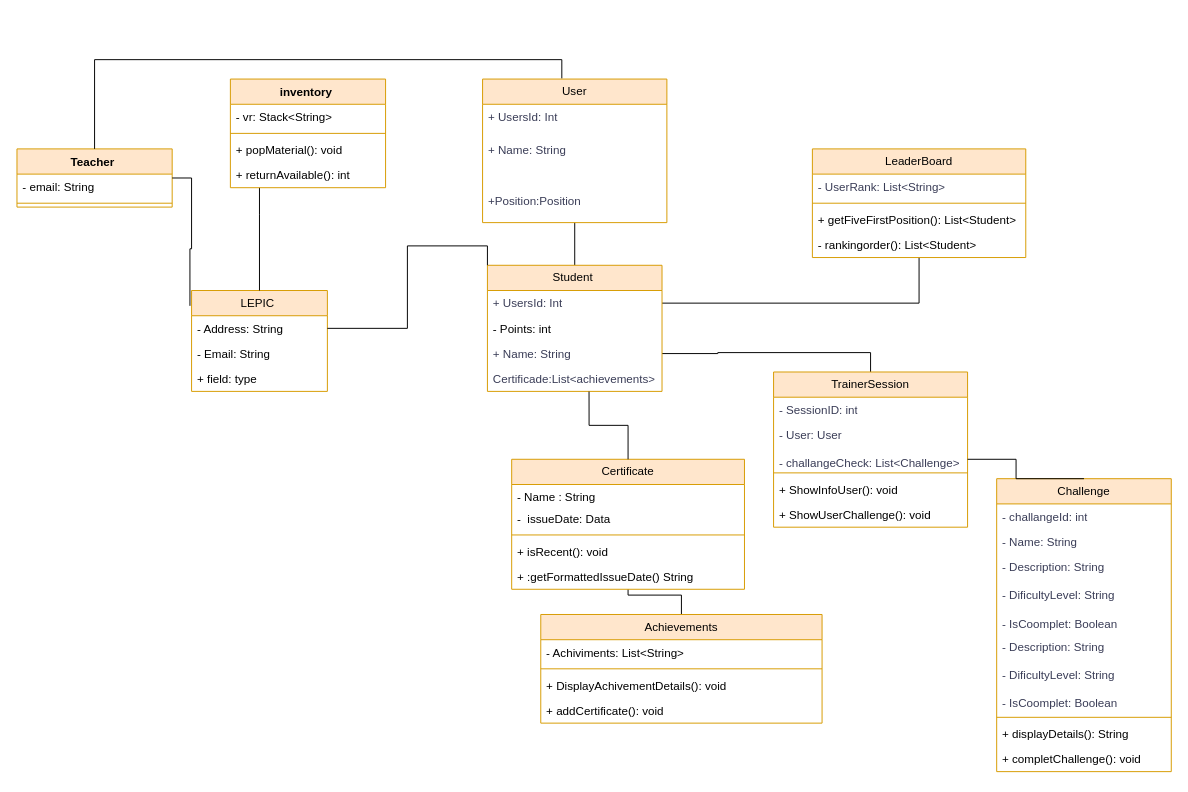
The draw.io diagram src/Model/doc/UML_fiap.drawio in DevCodeMathias/Fiap_challange-2024, before the edit. Source tidied: cells renumbered, new cells numbered last; positions are measured from the earlier drawing's top-left corner, leaving out a move shared by most shapes. Both pictures are drawn from the tidied source at 97%, with x=0, y=0 at pixel (16, 59).
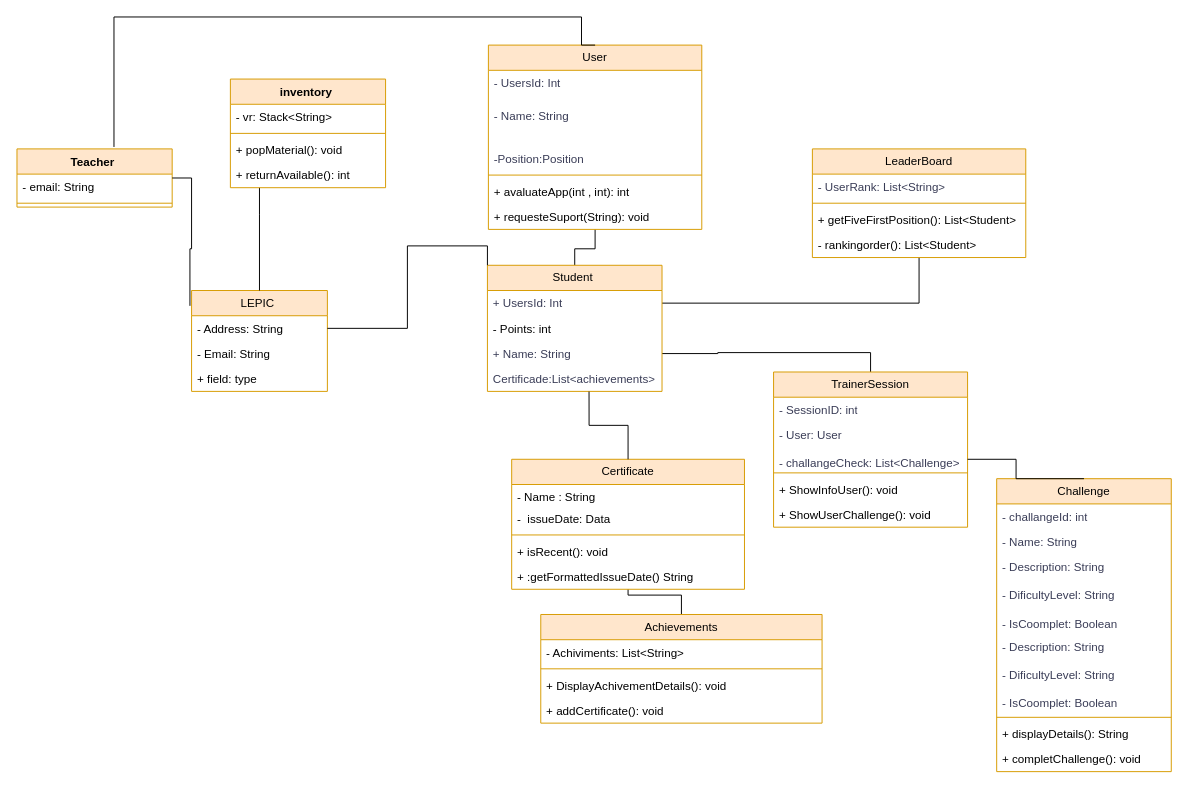
The same page after the edit.

The change refers to these unchanged cells:
```xml
<mxCell id="57" value="Teacher&amp;nbsp;" style="swimlane;fontStyle=1;align=center;verticalAlign=top;horizontal=1;startSize=26;whiteSpace=wrap;html=1;fillColor=#ffe6cc;strokeColor=#d79b00;" parent="1" vertex="1">
  <mxGeometry y="92" width="160" height="60" as="geometry" />
</mxCell>
```

Diff of the diagram source:
```diff
@@
     <mxCell id="3" value="User" style="swimlane;fontStyle=0;horizontal=1;startSize=26;fillColor=#ffe6cc;whiteSpace=wrap;html=1;labelBackgroundColor=none;strokeColor=#d79b00;" parent="1" vertex="1">
-      <mxGeometry x="480" y="20" width="190" height="148" as="geometry" />
+      <mxGeometry x="486" y="-15" width="220" height="190" as="geometry" />
     </mxCell>
-    <mxCell id="4" value="+ UsersId: Int" style="text;strokeColor=none;fillColor=none;align=left;verticalAlign=top;spacingLeft=4;spacingRight=4;overflow=hidden;whiteSpace=wrap;html=1;labelBackgroundColor=none;fontColor=#393C56;" parent="3" vertex="1">
-      <mxGeometry y="26" width="190" height="34" as="geometry" />
+    <mxCell id="4" value="- UsersId: Int" style="text;strokeColor=none;fillColor=none;align=left;verticalAlign=top;spacingLeft=4;spacingRight=4;overflow=hidden;whiteSpace=wrap;html=1;labelBackgroundColor=none;fontColor=#393C56;" parent="3" vertex="1">
+      <mxGeometry y="26" width="220" height="34" as="geometry" />
     </mxCell>
-    <mxCell id="5" value="+ Name: String" style="text;strokeColor=none;fillColor=none;align=left;verticalAlign=top;spacingLeft=4;spacingRight=4;overflow=hidden;whiteSpace=wrap;html=1;labelBackgroundColor=none;fontColor=#393C56;" parent="3" vertex="1">
-      <mxGeometry y="60" width="190" height="38" as="geometry" />
+    <mxCell id="5" value="- Name: String" style="text;strokeColor=none;fillColor=none;align=left;verticalAlign=top;spacingLeft=4;spacingRight=4;overflow=hidden;whiteSpace=wrap;html=1;labelBackgroundColor=none;fontColor=#393C56;" parent="3" vertex="1">
+      <mxGeometry y="60" width="220" height="30" as="geometry" />
     </mxCell>
-    <mxCell id="6" value="&lt;div&gt;&lt;br&gt;&lt;/div&gt;&lt;div&gt;&lt;div&gt;+Position:Position&lt;/div&gt;&lt;/div&gt;" style="text;strokeColor=none;fillColor=none;align=left;verticalAlign=top;spacingLeft=4;spacingRight=4;overflow=hidden;whiteSpace=wrap;html=1;labelBackgroundColor=none;fontColor=#393C56;" parent="3" vertex="1">
-      <mxGeometry y="98" width="190" height="50" as="geometry" />
+    <mxCell id="6" value="&lt;div&gt;&lt;br&gt;&lt;/div&gt;&lt;div&gt;&lt;div&gt;-Position:Position&lt;/div&gt;&lt;/div&gt;" style="text;strokeColor=none;fillColor=none;align=left;verticalAlign=top;spacingLeft=4;spacingRight=4;overflow=hidden;whiteSpace=wrap;html=1;labelBackgroundColor=none;fontColor=#393C56;" parent="3" vertex="1">
+      <mxGeometry y="90" width="220" height="40" as="geometry" />
     </mxCell>
+    <mxCell id="64" style="line;strokeWidth=1;fillColor=none;align=left;verticalAlign=middle;spacingTop=-1;spacingLeft=3;spacingRight=3;labelPosition=right;strokeColor=inherit;" parent="3" vertex="1">
+      <mxGeometry y="130" width="220" height="8" as="geometry" />
+    </mxCell>
+    <mxCell id="65" value="+ avaluateApp(int , int): int" style="text;strokeColor=none;fillColor=none;align=left;verticalAlign=top;spacingLeft=4;spacingRight=4;overflow=hidden;whiteSpace=wrap;html=1;" parent="3" vertex="1">
+      <mxGeometry y="138" width="220" height="26" as="geometry" />
+    </mxCell>
+    <mxCell id="66" value="+ requesteSuport(String): void" style="text;strokeColor=none;fillColor=none;align=left;verticalAlign=top;spacingLeft=4;spacingRight=4;overflow=hidden;whiteSpace=wrap;html=1;" parent="3" vertex="1">
+      <mxGeometry y="164" width="220" height="26" as="geometry" />
+    </mxCell>
@@
-    <mxCell id="63" style="edgeStyle=orthogonalEdgeStyle;rounded=0;jettySize=auto;html=1;entryX=0.43;entryY=-0.005;entryDx=0;entryDy=0;entryPerimeter=0;endArrow=none;endFill=0;" parent="1" edge="1" source="57" target="3">
+    <mxCell id="63" style="edgeStyle=orthogonalEdgeStyle;rounded=0;jettySize=auto;html=1;endArrow=none;endFill=0;entryX=0.5;entryY=0;entryDx=0;entryDy=0;" parent="1" edge="1" target="3">
       <mxGeometry relative="1" as="geometry">
+        <mxPoint x="100" y="90" as="sourcePoint" />
         <Array as="points">
-          <mxPoint x="80" />
-          <mxPoint x="562" />
+          <mxPoint x="100" y="-44" />
+          <mxPoint x="582" y="-44" />
+          <mxPoint x="582" y="-15" />
         </Array>
       </mxGeometry>
     </mxCell>
```
